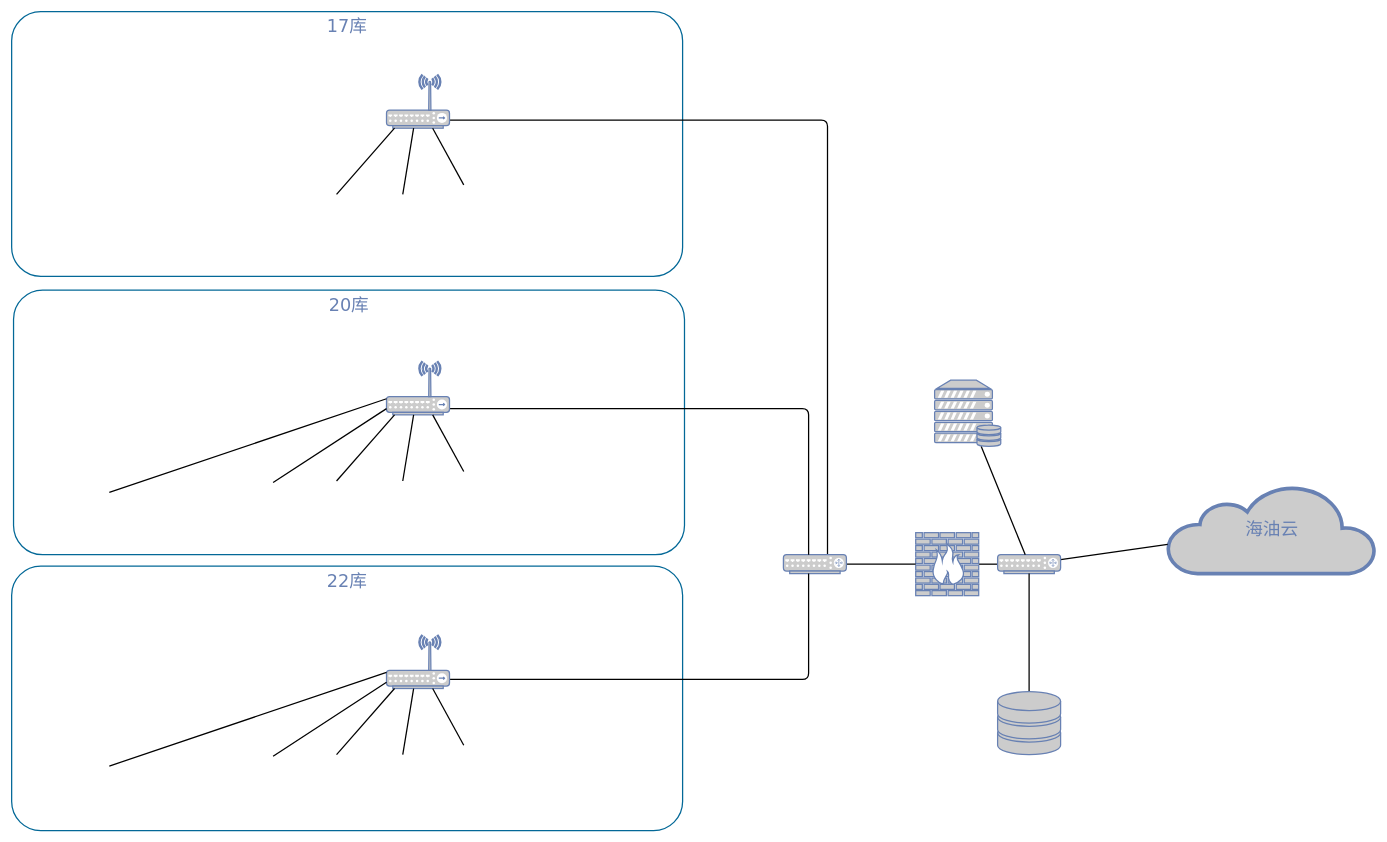
Above: 网络架构图.drawio in llw513/PDF_WORD (draw.io), before the change. Source tidied: cells renumbered, new cells numbered last; positions are measured from the earlier drawing's top-left corner, leaving out a move shared by most shapes. Both pictures are drawn from the tidied source at 63%, with x=0, y=0 at pixel (11, 11).
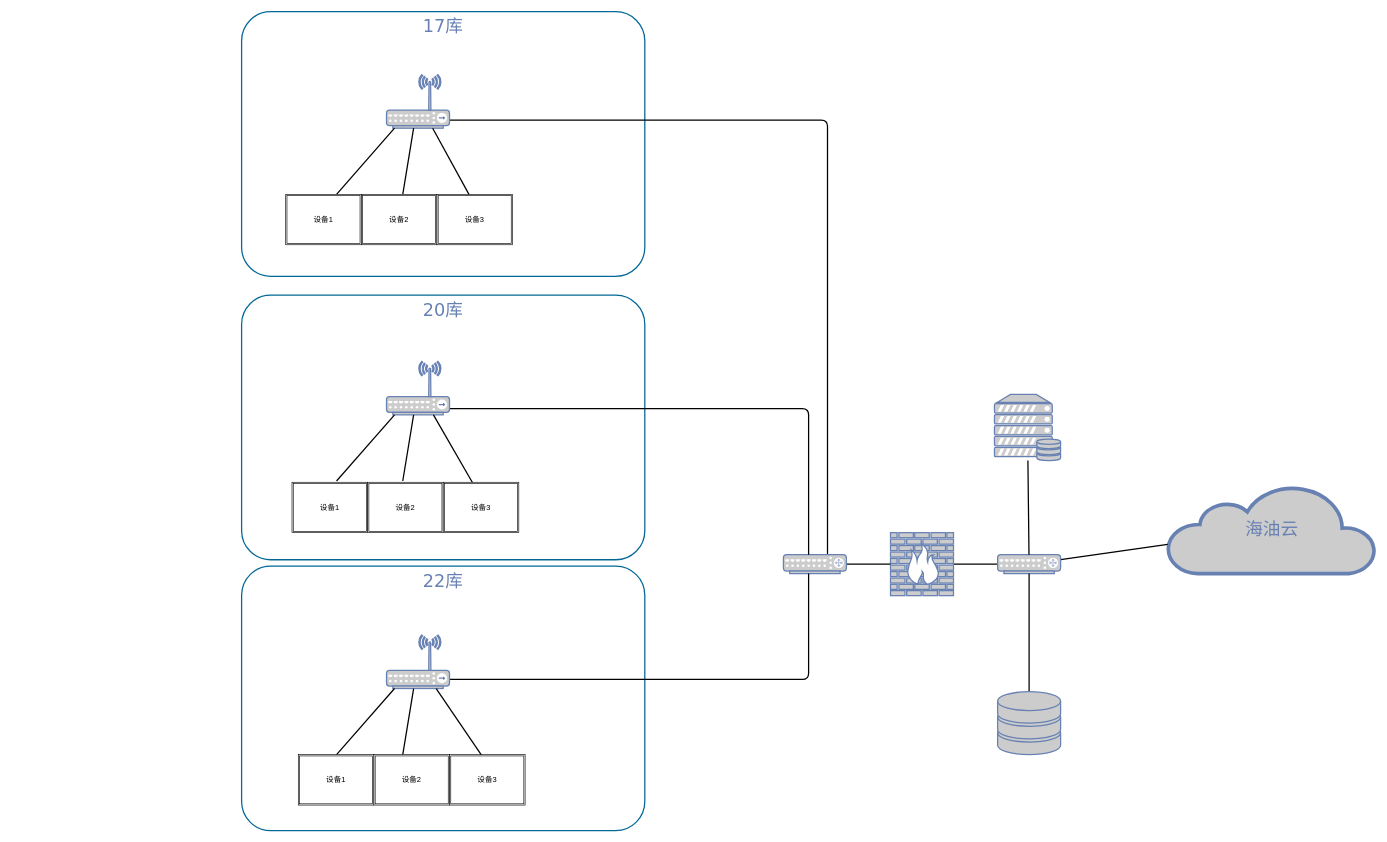
Above is the later version.

Commit message:
更新网络架构图.drawio

The change refers to these unchanged cells:
```xml
<mxCell id="10" style="fontColor=#0066CC;verticalAlign=top;verticalLabelPosition=bottom;labelPosition=center;align=center;html=1;fillColor=#CCCCCC;strokeColor=#6881B3;gradientColor=none;gradientDirection=north;strokeWidth=2;shape=mxgraph.networks.wireless_hub;rounded=0;shadow=0;comic=0;" parent="1" vertex="1">
  <mxGeometry x="595" y="100" width="100" height="85" as="geometry" />
</mxCell>
<mxCell id="15" style="fontColor=#0066CC;verticalAlign=top;verticalLabelPosition=bottom;labelPosition=center;align=center;html=1;fillColor=#CCCCCC;strokeColor=#6881B3;gradientColor=none;gradientDirection=north;strokeWidth=2;shape=mxgraph.networks.wireless_hub;rounded=0;shadow=0;comic=0;" parent="1" vertex="1">
  <mxGeometry x="595" y="555" width="100" height="85" as="geometry" />
</mxCell>
<mxCell id="22" style="fontColor=#0066CC;verticalAlign=top;verticalLabelPosition=bottom;labelPosition=center;align=center;html=1;fillColor=#CCCCCC;strokeColor=#6881B3;gradientColor=none;gradientDirection=north;strokeWidth=2;shape=mxgraph.networks.wireless_hub;rounded=0;shadow=0;comic=0;" parent="1" vertex="1">
  <mxGeometry x="595" y="989.4" width="100" height="85" as="geometry" />
</mxCell>
```

What changed in the source:
```diff
@@
     <mxCell id="2" value="22库" style="rounded=1;whiteSpace=wrap;html=1;shadow=0;comic=0;strokeColor=#036897;strokeWidth=2;fillColor=none;fontFamily=Verdana;fontSize=28;fontColor=#6881B3;align=center;arcSize=11;verticalAlign=top;" parent="1" vertex="1">
-      <mxGeometry y="880" width="1065" height="420" as="geometry" />
+      <mxGeometry x="365" y="880" width="640" height="420" as="geometry" />
     </mxCell>
     <mxCell id="3" value="20库" style="rounded=1;whiteSpace=wrap;html=1;shadow=0;comic=0;strokeColor=#036897;strokeWidth=2;fillColor=none;fontFamily=Verdana;fontSize=28;fontColor=#6881B3;align=center;arcSize=11;verticalAlign=top;" parent="1" vertex="1">
-      <mxGeometry x="3" y="442" width="1065" height="420" as="geometry" />
+      <mxGeometry x="365" y="450" width="640" height="420" as="geometry" />
     </mxCell>
     <mxCell id="4" value="17库" style="rounded=1;whiteSpace=wrap;html=1;shadow=0;comic=0;strokeColor=#036897;strokeWidth=2;fillColor=none;fontFamily=Verdana;fontSize=28;fontColor=#6881B3;align=center;arcSize=11;verticalAlign=top;" parent="1" vertex="1">
-      <mxGeometry width="1065" height="420" as="geometry" />
+      <mxGeometry x="365" width="640" height="420" as="geometry" />
     </mxCell>
@@
     <mxCell id="6" style="fontColor=#0066CC;verticalAlign=top;verticalLabelPosition=bottom;labelPosition=center;align=center;html=1;fillColor=#CCCCCC;strokeColor=#6881B3;gradientColor=none;gradientDirection=north;strokeWidth=2;shape=mxgraph.networks.firewall;rounded=0;shadow=0;comic=0;" parent="1" vertex="1">
-      <mxGeometry x="1435" y="827" width="100" height="100" as="geometry" />
+      <mxGeometry x="1395" y="827" width="100" height="100" as="geometry" />
     </mxCell>
@@
-    <mxCell id="13" style="edgeStyle=none;html=1;labelBackgroundColor=none;endArrow=none;endFill=0;strokeWidth=2;fontFamily=Verdana;fontSize=15;fontColor=#036897;" parent="1" edge="1" target="10">
-      <mxGeometry relative="1" as="geometry">
-        <mxPoint x="717.6" y="275" as="sourcePoint" />
-      </mxGeometry>
+    <mxCell id="13" style="edgeStyle=none;html=1;labelBackgroundColor=none;endArrow=none;endFill=0;strokeWidth=2;fontFamily=Verdana;fontSize=15;fontColor=#036897;exitX=0.433;exitY=0.025;exitDx=0;exitDy=0;exitPerimeter=0;" parent="1" edge="1" source="37" target="10">
+      <mxGeometry relative="1" as="geometry" />
     </mxCell>
@@
-    <mxCell id="16" style="edgeStyle=none;html=1;labelBackgroundColor=none;endArrow=none;endFill=0;strokeWidth=2;fontFamily=Verdana;fontSize=15;fontColor=#036897;" parent="1" edge="1" target="15">
-      <mxGeometry relative="1" as="geometry">
-        <mxPoint x="155" y="763.1" as="sourcePoint" />
-      </mxGeometry>
-    </mxCell>
-    <mxCell id="17" style="edgeStyle=none;html=1;labelBackgroundColor=none;endArrow=none;endFill=0;strokeWidth=2;fontFamily=Verdana;fontSize=15;fontColor=#036897;" parent="1" edge="1" target="15">
-      <mxGeometry relative="1" as="geometry">
-        <mxPoint x="415" y="747.4" as="sourcePoint" />
-      </mxGeometry>
-    </mxCell>
@@
-    <mxCell id="20" style="edgeStyle=none;html=1;labelBackgroundColor=none;endArrow=none;endFill=0;strokeWidth=2;fontFamily=Verdana;fontSize=15;fontColor=#036897;" parent="1" edge="1" target="15">
-      <mxGeometry relative="1" as="geometry">
-        <mxPoint x="717.6" y="730" as="sourcePoint" />
-      </mxGeometry>
+    <mxCell id="20" style="edgeStyle=none;html=1;labelBackgroundColor=none;endArrow=none;endFill=0;strokeWidth=2;fontFamily=Verdana;fontSize=15;fontColor=#036897;exitX=0.392;exitY=0.019;exitDx=0;exitDy=0;exitPerimeter=0;" parent="1" edge="1" source="40" target="15">
+      <mxGeometry relative="1" as="geometry" />
     </mxCell>
@@
-    <mxCell id="23" style="edgeStyle=none;html=1;labelBackgroundColor=none;endArrow=none;endFill=0;strokeWidth=2;fontFamily=Verdana;fontSize=15;fontColor=#036897;" parent="1" edge="1" target="22">
-      <mxGeometry relative="1" as="geometry">
-        <mxPoint x="155" y="1197.5" as="sourcePoint" />
-      </mxGeometry>
-    </mxCell>
-    <mxCell id="24" style="edgeStyle=none;html=1;labelBackgroundColor=none;endArrow=none;endFill=0;strokeWidth=2;fontFamily=Verdana;fontSize=15;fontColor=#036897;" parent="1" edge="1" target="22">
-      <mxGeometry relative="1" as="geometry">
-        <mxPoint x="415" y="1181.8" as="sourcePoint" />
-      </mxGeometry>
-    </mxCell>
@@
-    <mxCell id="27" style="edgeStyle=none;html=1;labelBackgroundColor=none;endArrow=none;endFill=0;strokeWidth=2;fontFamily=Verdana;fontSize=15;fontColor=#036897;" parent="1" edge="1" target="22">
-      <mxGeometry relative="1" as="geometry">
-        <mxPoint x="717.6" y="1164.4" as="sourcePoint" />
-      </mxGeometry>
+    <mxCell id="27" style="edgeStyle=none;html=1;labelBackgroundColor=none;endArrow=none;endFill=0;strokeWidth=2;fontFamily=Verdana;fontSize=15;fontColor=#036897;exitX=0.425;exitY=0.014;exitDx=0;exitDy=0;exitPerimeter=0;" parent="1" edge="1" source="43" target="22">
+      <mxGeometry relative="1" as="geometry" />
     </mxCell>
@@
     <mxCell id="34" style="fontColor=#0066CC;verticalAlign=top;verticalLabelPosition=bottom;labelPosition=center;align=center;html=1;fillColor=#CCCCCC;strokeColor=#6881B3;gradientColor=none;gradientDirection=north;strokeWidth=2;shape=mxgraph.networks.server_storage;rounded=0;shadow=0;comic=0;" parent="1" vertex="1">
-      <mxGeometry x="1465" y="585" width="105" height="105" as="geometry" />
+      <mxGeometry x="1560" y="607.5" width="105" height="105" as="geometry" />
     </mxCell>
+    <mxCell id="35" value="设备1" style="shape=ext;double=1;rounded=0;whiteSpace=wrap;html=1;" parent="1" vertex="1">
+      <mxGeometry x="435" y="290" width="120" height="80" as="geometry" />
+    </mxCell>
+    <mxCell id="36" value="设备2" style="shape=ext;double=1;rounded=0;whiteSpace=wrap;html=1;" parent="1" vertex="1">
+      <mxGeometry x="555" y="290" width="120" height="80" as="geometry" />
+    </mxCell>
+    <mxCell id="37" value="设备3" style="shape=ext;double=1;rounded=0;whiteSpace=wrap;html=1;" parent="1" vertex="1">
+      <mxGeometry x="675" y="290" width="120" height="80" as="geometry" />
+    </mxCell>
+    <mxCell id="38" value="设备1" style="shape=ext;double=1;rounded=0;whiteSpace=wrap;html=1;" parent="1" vertex="1">
+      <mxGeometry x="445" y="747" width="120" height="80" as="geometry" />
+    </mxCell>
+    <mxCell id="39" value="设备2" style="shape=ext;double=1;rounded=0;whiteSpace=wrap;html=1;" parent="1" vertex="1">
+      <mxGeometry x="565" y="747" width="120" height="80" as="geometry" />
+    </mxCell>
+    <mxCell id="40" value="设备3" style="shape=ext;double=1;rounded=0;whiteSpace=wrap;html=1;" parent="1" vertex="1">
+      <mxGeometry x="685" y="747" width="120" height="80" as="geometry" />
+    </mxCell>
+    <mxCell id="41" value="设备1" style="shape=ext;double=1;rounded=0;whiteSpace=wrap;html=1;" parent="1" vertex="1">
+      <mxGeometry x="455" y="1179.4" width="120" height="80" as="geometry" />
+    </mxCell>
+    <mxCell id="42" value="设备2" style="shape=ext;double=1;rounded=0;whiteSpace=wrap;html=1;" parent="1" vertex="1">
+      <mxGeometry x="575" y="1179.4" width="120" height="80" as="geometry" />
+    </mxCell>
+    <mxCell id="43" value="设备3" style="shape=ext;double=1;rounded=0;whiteSpace=wrap;html=1;" parent="1" vertex="1">
+      <mxGeometry x="695" y="1179.4" width="120" height="80" as="geometry" />
+    </mxCell>
```
